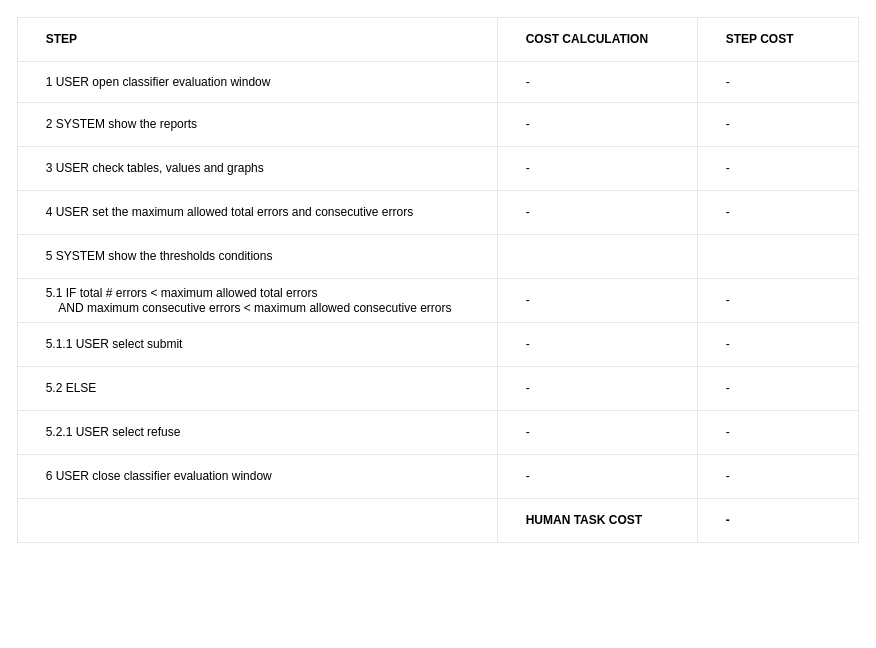
This is EVALUATE_CLASSIFIER_TABLE.drawio from BaffoBello14/AutomaticDamagesRecognition, a draw.io file, before an edit. Source tidied: cells renumbered, new cells numbered last; positions are measured from the earlier drawing's top-left corner, leaving out a move shared by most shapes. Both pictures are drawn from the tidied source at 100%, with x=0, y=0 at pixel (17, 17).
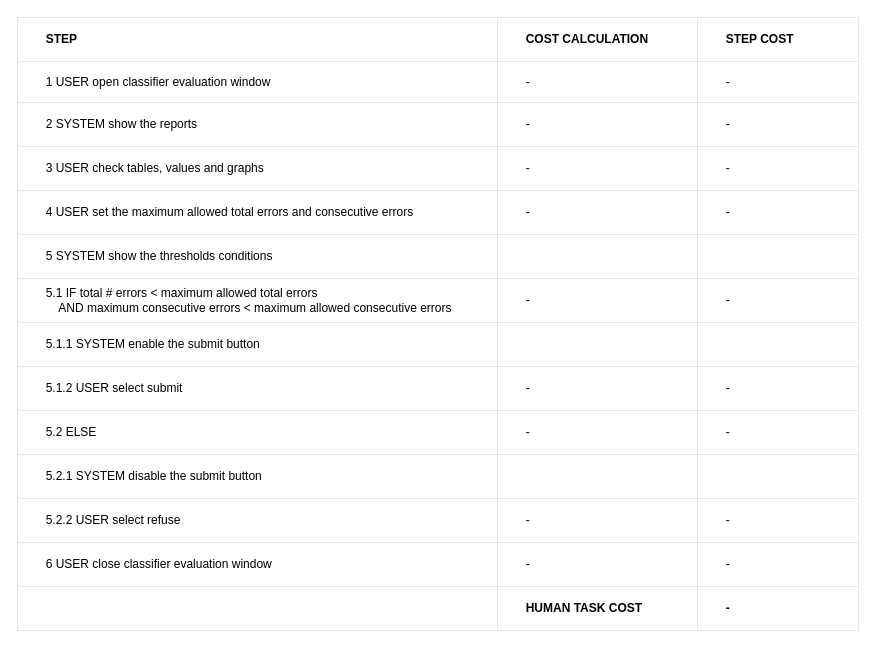
The same page after the edit.

What changed in the source:
```diff
@@
     <mxCell id="2" style="childLayout=tableLayout;shadow=0;strokeColor=#E6E6E6;align=left;" parent="1" vertex="1">
-      <mxGeometry width="841" height="525" as="geometry" />
+      <mxGeometry width="841" height="613" as="geometry" />
     </mxCell>
@@
+    <mxCell id="51" style="shape=tableRow;horizontal=0;startSize=0;swimlaneHead=0;swimlaneBody=0;top=0;left=0;bottom=0;right=0;fontStyle=0;fillColor=none;strokeColor=inherit;" parent="2" vertex="1">
+      <mxGeometry y="305" width="841" height="44" as="geometry" />
+    </mxCell>
+    <mxCell id="52" value="&lt;span style=&quot;white-space: pre;&quot;&gt;&#9;&lt;/span&gt;5.1.1 SYSTEM enable the submit button" style="strokeColor=inherit;fillColor=none;align=left;whiteSpace=wrap;html=1;" parent="51" vertex="1">
+      <mxGeometry width="480" height="44" as="geometry" />
+    </mxCell>
+    <mxCell id="53" style="strokeColor=inherit;fillColor=none;align=left;whiteSpace=wrap;html=1;" parent="51" vertex="1">
+      <mxGeometry x="480" width="200" height="44" as="geometry" />
+    </mxCell>
+    <mxCell id="54" style="strokeColor=inherit;fillColor=none;align=left;whiteSpace=wrap;html=1;" parent="51" vertex="1">
+      <mxGeometry x="680" width="161" height="44" as="geometry" />
+    </mxCell>
     <mxCell id="31" style="shape=tableRow;horizontal=0;startSize=0;swimlaneHead=0;swimlaneBody=0;top=0;left=0;bottom=0;right=0;fontStyle=0;fillColor=none;strokeColor=inherit;" parent="2" vertex="1">
-      <mxGeometry y="305" width="841" height="44" as="geometry" />
+      <mxGeometry y="349" width="841" height="44" as="geometry" />
     </mxCell>
-    <mxCell id="32" value="&lt;span style=&quot;white-space: pre;&quot;&gt;&#9;&lt;/span&gt;5.1.1 USER select submit" style="strokeColor=inherit;fillColor=none;align=left;whiteSpace=wrap;html=1;" parent="31" vertex="1">
+    <mxCell id="32" value="&lt;span style=&quot;white-space: pre;&quot;&gt;&#9;&lt;/span&gt;5.1.2 USER select submit" style="strokeColor=inherit;fillColor=none;align=left;whiteSpace=wrap;html=1;" parent="31" vertex="1">
       <mxGeometry width="480" height="44" as="geometry" />
     </mxCell>
@@
     <mxCell id="35" style="shape=tableRow;horizontal=0;startSize=0;swimlaneHead=0;swimlaneBody=0;top=0;left=0;bottom=0;right=0;fontStyle=0;fillColor=none;strokeColor=inherit;" parent="2" vertex="1">
-      <mxGeometry y="349" width="841" height="44" as="geometry" />
+      <mxGeometry y="393" width="841" height="44" as="geometry" />
     </mxCell>
@@
+    <mxCell id="55" style="shape=tableRow;horizontal=0;startSize=0;swimlaneHead=0;swimlaneBody=0;top=0;left=0;bottom=0;right=0;fontStyle=0;fillColor=none;strokeColor=inherit;" parent="2" vertex="1">
+      <mxGeometry y="437" width="841" height="44" as="geometry" />
+    </mxCell>
+    <mxCell id="56" value="&lt;span style=&quot;white-space: pre;&quot;&gt;&#9;&lt;/span&gt;5.2.1 SYSTEM disable the submit button" style="strokeColor=inherit;fillColor=none;align=left;whiteSpace=wrap;html=1;" parent="55" vertex="1">
+      <mxGeometry width="480" height="44" as="geometry" />
+    </mxCell>
+    <mxCell id="57" style="strokeColor=inherit;fillColor=none;align=left;whiteSpace=wrap;html=1;" parent="55" vertex="1">
+      <mxGeometry x="480" width="200" height="44" as="geometry" />
+    </mxCell>
+    <mxCell id="58" style="strokeColor=inherit;fillColor=none;align=left;whiteSpace=wrap;html=1;" parent="55" vertex="1">
+      <mxGeometry x="680" width="161" height="44" as="geometry" />
+    </mxCell>
     <mxCell id="39" style="shape=tableRow;horizontal=0;startSize=0;swimlaneHead=0;swimlaneBody=0;top=0;left=0;bottom=0;right=0;fontStyle=0;fillColor=none;strokeColor=inherit;" parent="2" vertex="1">
-      <mxGeometry y="393" width="841" height="44" as="geometry" />
+      <mxGeometry y="481" width="841" height="44" as="geometry" />
     </mxCell>
-    <mxCell id="40" value="&#9;&lt;span style=&quot;white-space: pre;&quot;&gt;&#9;&lt;/span&gt;5.2.1 USER select refuse" style="strokeColor=inherit;fillColor=none;align=left;whiteSpace=wrap;html=1;" parent="39" vertex="1">
+    <mxCell id="40" value="&#9;&lt;span style=&quot;white-space: pre;&quot;&gt;&#9;&lt;/span&gt;5.2.2 USER select refuse" style="strokeColor=inherit;fillColor=none;align=left;whiteSpace=wrap;html=1;" parent="39" vertex="1">
       <mxGeometry width="480" height="44" as="geometry" />
     </mxCell>
@@
     <mxCell id="43" style="shape=tableRow;horizontal=0;startSize=0;swimlaneHead=0;swimlaneBody=0;top=0;left=0;bottom=0;right=0;fontStyle=0;fillColor=none;strokeColor=inherit;" parent="2" vertex="1">
-      <mxGeometry y="437" width="841" height="44" as="geometry" />
+      <mxGeometry y="525" width="841" height="44" as="geometry" />
     </mxCell>
@@
     <mxCell id="47" style="shape=tableRow;horizontal=0;startSize=0;swimlaneHead=0;swimlaneBody=0;top=0;left=0;bottom=0;right=0;fontStyle=0;fillColor=none;strokeColor=inherit;" parent="2" vertex="1">
-      <mxGeometry y="481" width="841" height="44" as="geometry" />
+      <mxGeometry y="569" width="841" height="44" as="geometry" />
     </mxCell>
```
